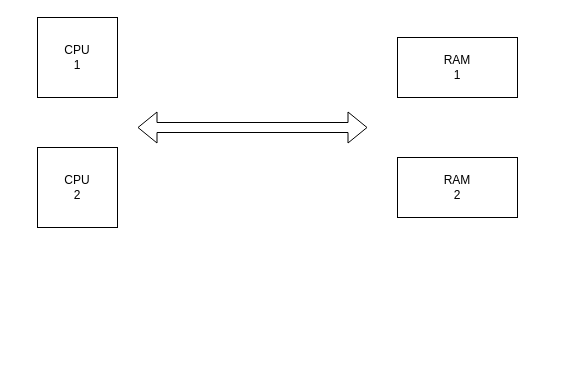
Above: linux内核.drawio in catface996/images (draw.io), before the change. Source tidied: cells renumbered, new cells numbered last; positions are measured from the earlier drawing's top-left corner, leaving out a move shared by most shapes. Both pictures are drawn from the tidied source at 100%, with x=0, y=0 at pixel (37, 17).
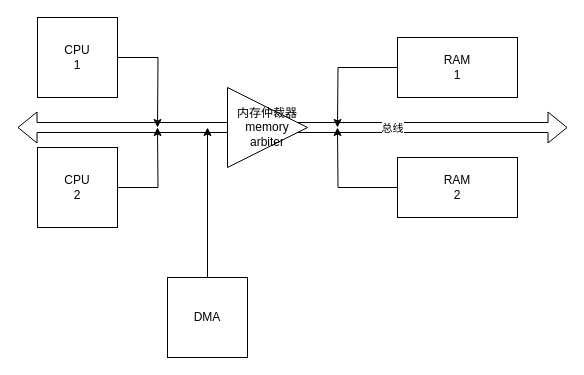
The same page after the edit.

The edit, as a diff of the source:
```diff
@@
 <mxGraphModel>
   <root>
     <mxCell id="0" />
     <mxCell id="1" parent="0" />
+    <mxCell id="7" style="edgeStyle=orthogonalEdgeStyle;rounded=0;jettySize=auto;html=1;" parent="1" edge="1" source="2">
+      <mxGeometry relative="1" as="geometry">
+        <mxPoint x="300" y="110" as="targetPoint" />
+      </mxGeometry>
+    </mxCell>
     <mxCell id="2" value="RAM&lt;br&gt;1" style="rounded=0;whiteSpace=wrap;html=1;" parent="1" vertex="1">
       <mxGeometry x="360" y="20" width="120" height="60" as="geometry" />
     </mxCell>
+    <mxCell id="8" style="edgeStyle=orthogonalEdgeStyle;rounded=0;jettySize=auto;html=1;exitX=1;exitY=0.5;exitDx=0;exitDy=0;" parent="1" edge="1" source="3">
+      <mxGeometry relative="1" as="geometry">
+        <mxPoint x="120" y="110" as="targetPoint" />
+      </mxGeometry>
+    </mxCell>
     <mxCell id="3" value="CPU&lt;br&gt;1" style="whiteSpace=wrap;html=1;" parent="1" vertex="1">
       <mxGeometry width="80" height="80" as="geometry" />
     </mxCell>
+    <mxCell id="9" style="edgeStyle=orthogonalEdgeStyle;rounded=0;jettySize=auto;html=1;" parent="1" edge="1" source="4">
+      <mxGeometry relative="1" as="geometry">
+        <mxPoint x="120" y="110" as="targetPoint" />
+      </mxGeometry>
+    </mxCell>
     <mxCell id="4" value="CPU&lt;br&gt;2" style="whiteSpace=wrap;html=1;" parent="1" vertex="1">
       <mxGeometry y="130" width="80" height="80" as="geometry" />
     </mxCell>
     <mxCell id="5" style="shape=flexArrow;endArrow=classic;startArrow=classic;html=1;" parent="1" edge="1">
       <mxGeometry relative="1" as="geometry">
-        <mxPoint x="100" y="110" as="sourcePoint" />
-        <mxPoint x="330" y="110" as="targetPoint" />
+        <mxPoint x="-20" y="110" as="sourcePoint" />
+        <mxPoint x="530" y="110" as="targetPoint" />
       </mxGeometry>
     </mxCell>
+    <mxCell id="10" value="总线" style="edgeLabel;html=1;align=center;verticalAlign=middle;" parent="5" vertex="1">
+      <mxGeometry x="0.36" relative="1" as="geometry" />
+    </mxCell>
+    <mxCell id="11" style="edgeStyle=orthogonalEdgeStyle;rounded=0;jettySize=auto;html=1;" parent="1" edge="1" source="6">
+      <mxGeometry relative="1" as="geometry">
+        <mxPoint x="300" y="110" as="targetPoint" />
+      </mxGeometry>
+    </mxCell>
     <mxCell id="6" value="RAM&lt;br&gt;2" style="rounded=0;whiteSpace=wrap;html=1;" parent="1" vertex="1">
       <mxGeometry x="360" y="140" width="120" height="60" as="geometry" />
     </mxCell>
+    <mxCell id="12" value="内存仲裁器&lt;br&gt;memory arbiter" style="triangle;whiteSpace=wrap;html=1;" parent="1" vertex="1">
+      <mxGeometry x="190" y="70" width="80" height="80" as="geometry" />
+    </mxCell>
+    <mxCell id="13" style="edgeStyle=orthogonalEdgeStyle;rounded=0;jettySize=auto;html=1;" parent="1" edge="1" source="14">
+      <mxGeometry relative="1" as="geometry">
+        <mxPoint x="170" y="110" as="targetPoint" />
+      </mxGeometry>
+    </mxCell>
+    <mxCell id="14" value="DMA" style="whiteSpace=wrap;html=1;" parent="1" vertex="1">
+      <mxGeometry x="130" y="260" width="80" height="80" as="geometry" />
+    </mxCell>
   </root>
 </mxGraphModel>
```
